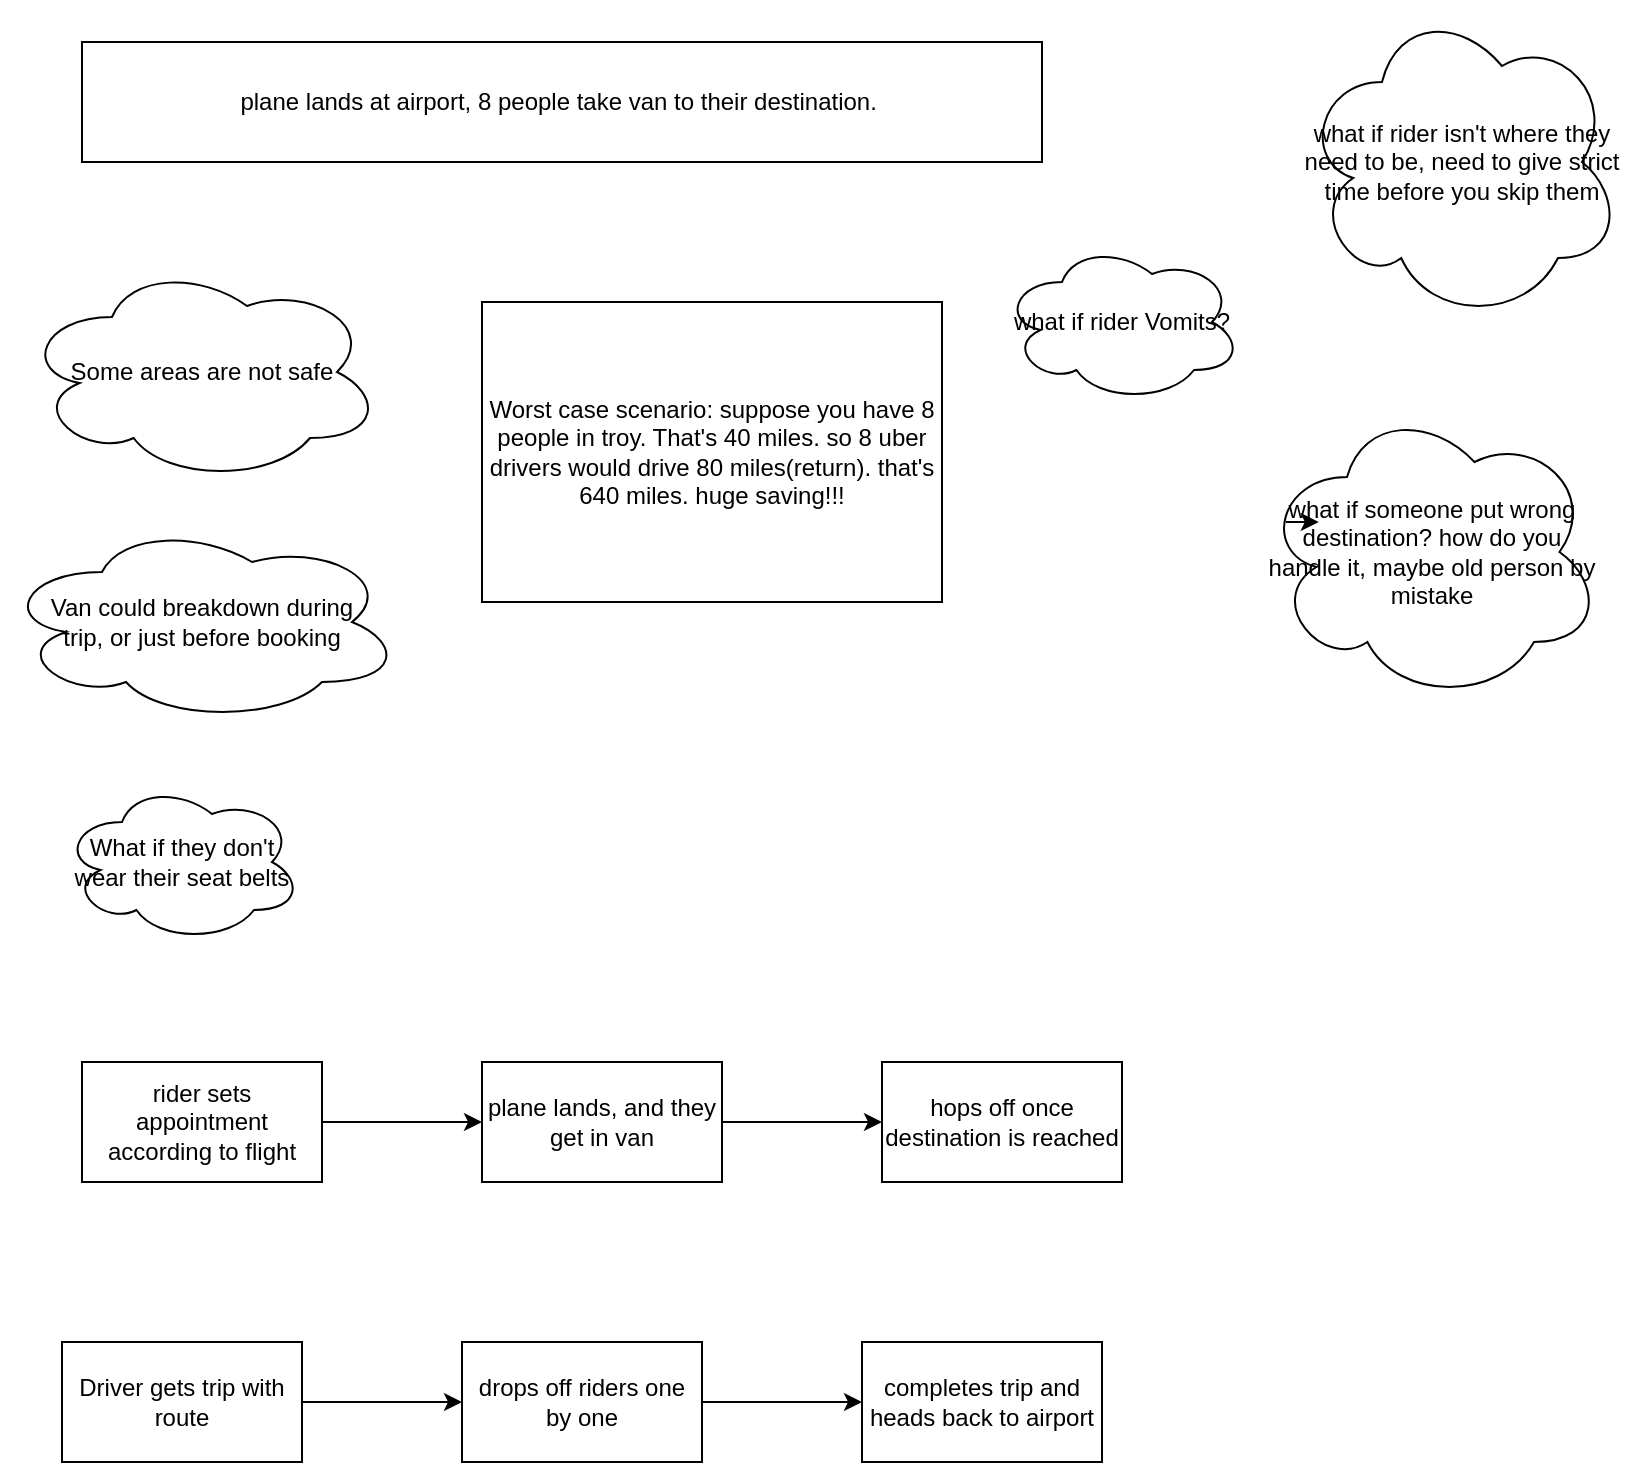
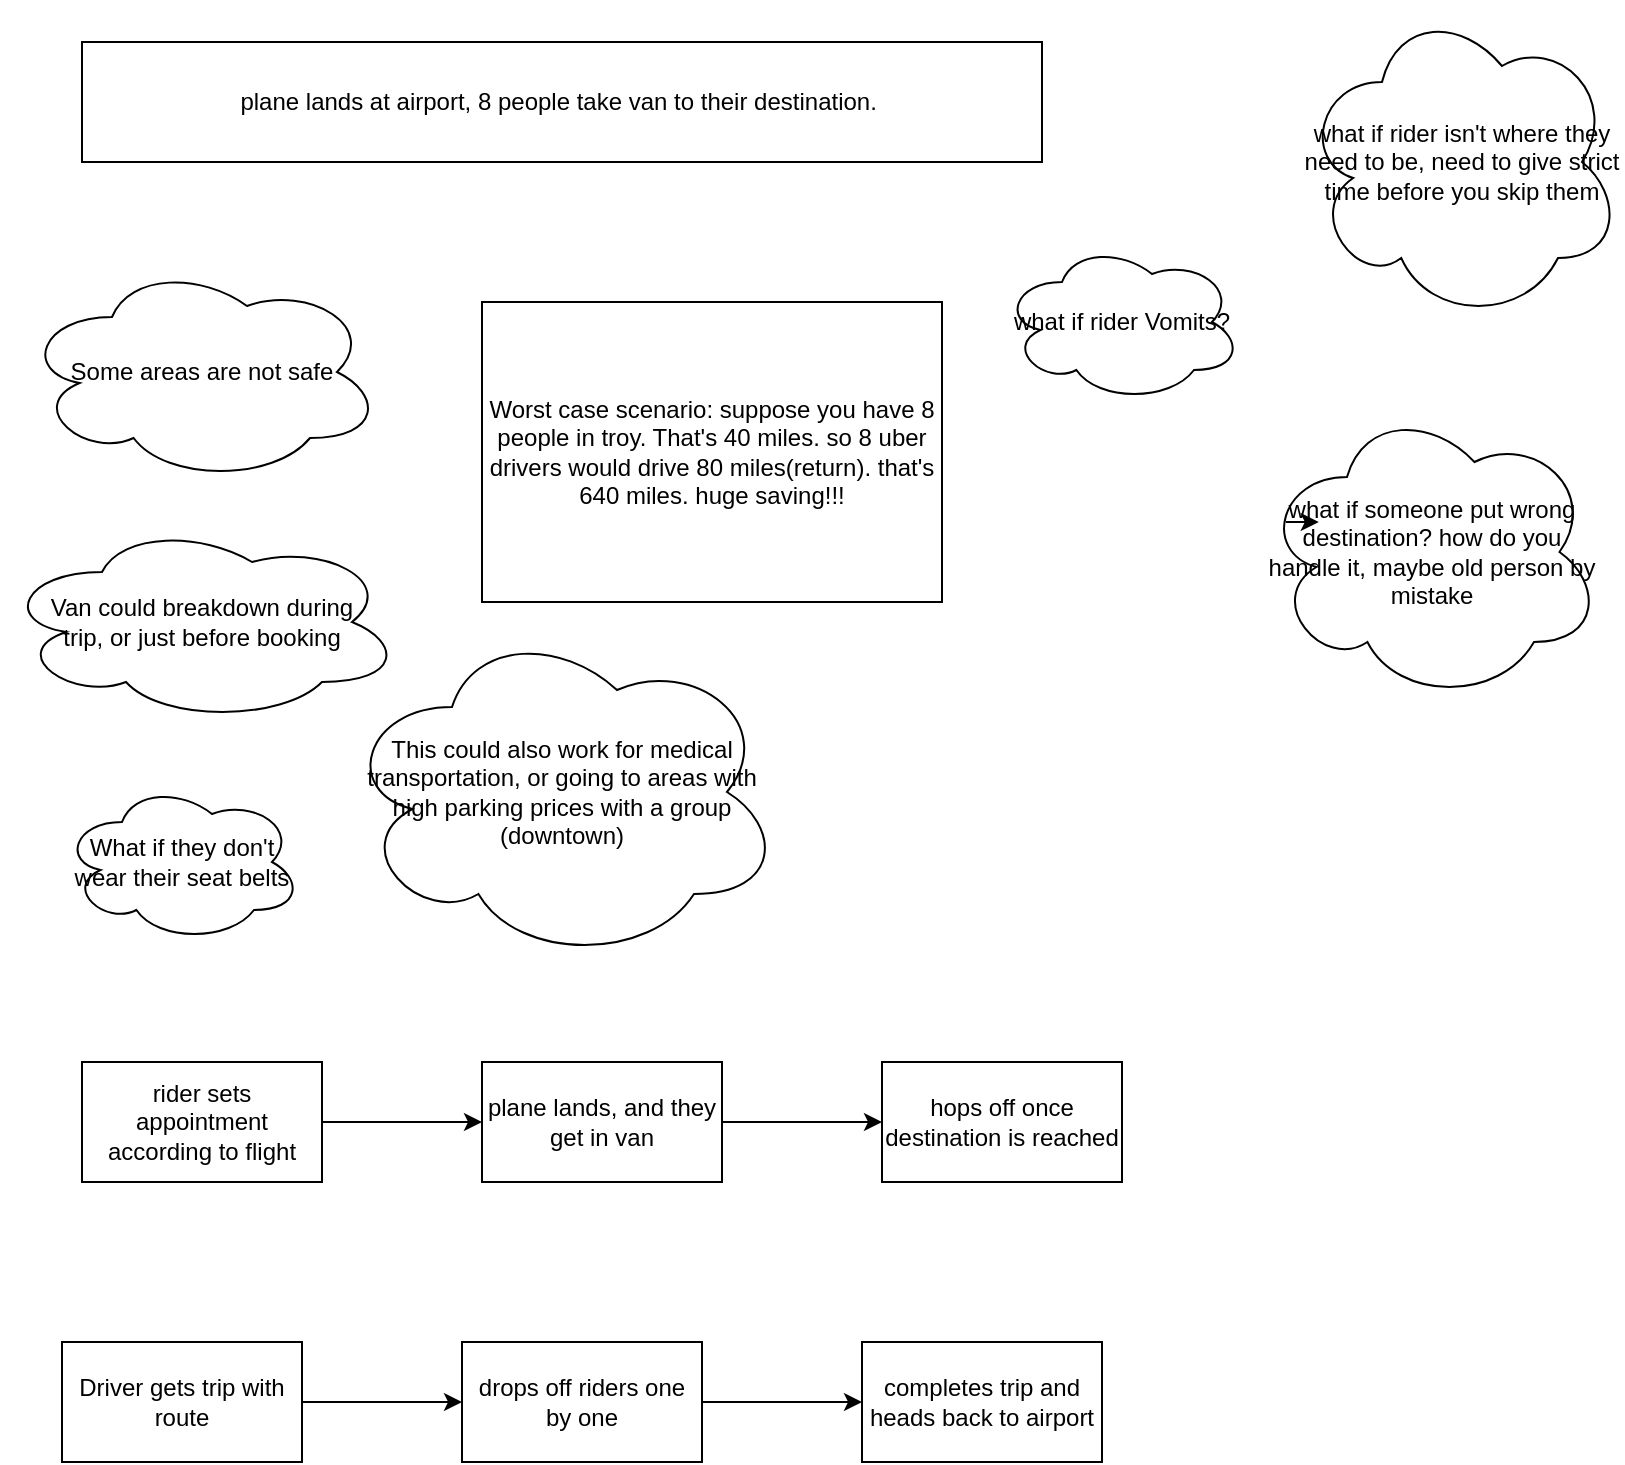
<mxfile host="app.diagrams.net">
  <diagram name="Page-1" id="dwn49BAO_7Qt1j4vyHa_">
    <mxGraphModel dx="1022" dy="660" grid="1" gridSize="10" guides="1" tooltips="1" connect="1" arrows="1" fold="1" page="1" pageScale="1" pageWidth="850" pageHeight="1100" math="0" shadow="0">
      <root>
        <mxCell id="0" />
        <mxCell id="1" parent="0" />
        <mxCell id="ZXmLye4WYz5JW6THN3N--2" parent="1" style="rounded=0;whiteSpace=wrap;html=1;" value="plane lands at airport, 8 people take van to their destination.&amp;nbsp;" vertex="1">
          <mxGeometry height="60" width="480" x="60" y="60" as="geometry" />
        </mxCell>
        <mxCell id="ZXmLye4WYz5JW6THN3N--3" parent="1" style="ellipse;shape=cloud;whiteSpace=wrap;html=1;" value="Some areas are not safe" vertex="1">
          <mxGeometry height="110" width="180" x="30" y="170" as="geometry" />
        </mxCell>
        <mxCell id="ZXmLye4WYz5JW6THN3N--5" parent="1" style="rounded=0;whiteSpace=wrap;html=1;" value="&lt;div&gt;Worst case scenario: suppose you have 8 people in troy. That&#39;s 40 miles. so 8 uber drivers would drive 80 miles(return). that&#39;s 640 miles. huge saving!!!&lt;/div&gt;" vertex="1">
          <mxGeometry height="150" width="230" x="260" y="190" as="geometry" />
        </mxCell>
        <mxCell id="3V9UZf0SNv3yNVWR_qLZ-3" parent="1" style="ellipse;shape=cloud;whiteSpace=wrap;html=1;" value="Van could breakdown during&lt;br&gt;trip, or just before booking" vertex="1">
          <mxGeometry height="100" width="200" x="20" y="300" as="geometry" />
        </mxCell>
        <mxCell id="3V9UZf0SNv3yNVWR_qLZ-4" parent="1" style="ellipse;shape=cloud;whiteSpace=wrap;html=1;" value="&lt;div&gt;what if rider Vomits?&lt;/div&gt;" vertex="1">
          <mxGeometry height="80" width="120" x="520" y="160" as="geometry" />
        </mxCell>
        <mxCell id="3V9UZf0SNv3yNVWR_qLZ-5" parent="1" style="ellipse;shape=cloud;whiteSpace=wrap;html=1;" value="&lt;div&gt;what if rider isn&#39;t where they need to be, need to give strict time before you skip them&lt;/div&gt;" vertex="1">
          <mxGeometry height="160" width="160" x="670" y="40" as="geometry" />
        </mxCell>
        <mxCell id="3V9UZf0SNv3yNVWR_qLZ-6" parent="1" style="ellipse;shape=cloud;whiteSpace=wrap;html=1;" value="&lt;div&gt;what if someone put wrong destination? how do you handle it, maybe old person by mistake&lt;/div&gt;" vertex="1">
          <mxGeometry height="150" width="170" x="650" y="240" as="geometry" />
        </mxCell>
        <mxCell id="3V9UZf0SNv3yNVWR_qLZ-7" edge="1" parent="1" source="3V9UZf0SNv3yNVWR_qLZ-6" style="edgeStyle=orthogonalEdgeStyle;rounded=0;orthogonalLoop=1;jettySize=auto;html=1;exitX=0.07;exitY=0.4;exitDx=0;exitDy=0;exitPerimeter=0;entryX=0.167;entryY=0.4;entryDx=0;entryDy=0;entryPerimeter=0;" target="3V9UZf0SNv3yNVWR_qLZ-6">
          <mxGeometry relative="1" as="geometry" />
        </mxCell>
        <mxCell id="3V9UZf0SNv3yNVWR_qLZ-8" parent="1" style="ellipse;shape=cloud;whiteSpace=wrap;html=1;" value="&lt;div&gt;What if they don&#39;t wear their seat belts&lt;/div&gt;" vertex="1">
          <mxGeometry height="80" width="120" x="50" y="430" as="geometry" />
        </mxCell>
        <mxCell id="fz-o9FOIOGUbKM3HRnTC-3" edge="1" parent="1" source="fz-o9FOIOGUbKM3HRnTC-1" style="edgeStyle=orthogonalEdgeStyle;rounded=0;orthogonalLoop=1;jettySize=auto;html=1;" target="fz-o9FOIOGUbKM3HRnTC-2" value="">
          <mxGeometry relative="1" as="geometry" />
        </mxCell>
        <mxCell id="fz-o9FOIOGUbKM3HRnTC-1" parent="1" style="rounded=0;whiteSpace=wrap;html=1;" value="rider sets appointment according to flight" vertex="1">
          <mxGeometry height="60" width="120" x="60" y="570" as="geometry" />
        </mxCell>
        <mxCell id="fz-o9FOIOGUbKM3HRnTC-5" edge="1" parent="1" source="fz-o9FOIOGUbKM3HRnTC-2" style="edgeStyle=orthogonalEdgeStyle;rounded=0;orthogonalLoop=1;jettySize=auto;html=1;" target="fz-o9FOIOGUbKM3HRnTC-4" value="">
          <mxGeometry relative="1" as="geometry" />
        </mxCell>
        <mxCell id="fz-o9FOIOGUbKM3HRnTC-2" parent="1" style="whiteSpace=wrap;html=1;rounded=0;" value="plane lands, and they get in van" vertex="1">
          <mxGeometry height="60" width="120" x="260" y="570" as="geometry" />
        </mxCell>
        <mxCell id="fz-o9FOIOGUbKM3HRnTC-4" parent="1" style="whiteSpace=wrap;html=1;rounded=0;" value="hops off once destination is reached" vertex="1">
          <mxGeometry height="60" width="120" x="460" y="570" as="geometry" />
        </mxCell>
        <mxCell id="fz-o9FOIOGUbKM3HRnTC-8" edge="1" parent="1" source="fz-o9FOIOGUbKM3HRnTC-6" style="edgeStyle=orthogonalEdgeStyle;rounded=0;orthogonalLoop=1;jettySize=auto;html=1;" target="fz-o9FOIOGUbKM3HRnTC-7" value="">
          <mxGeometry relative="1" as="geometry" />
        </mxCell>
        <mxCell id="fz-o9FOIOGUbKM3HRnTC-6" parent="1" style="rounded=0;whiteSpace=wrap;html=1;" value="Driver gets trip with route" vertex="1">
          <mxGeometry height="60" width="120" x="50" y="710" as="geometry" />
        </mxCell>
        <mxCell id="fz-o9FOIOGUbKM3HRnTC-10" edge="1" parent="1" source="fz-o9FOIOGUbKM3HRnTC-7" style="edgeStyle=orthogonalEdgeStyle;rounded=0;orthogonalLoop=1;jettySize=auto;html=1;" target="fz-o9FOIOGUbKM3HRnTC-9" value="">
          <mxGeometry relative="1" as="geometry" />
        </mxCell>
        <mxCell id="fz-o9FOIOGUbKM3HRnTC-7" parent="1" style="whiteSpace=wrap;html=1;rounded=0;" value="drops off riders one by one" vertex="1">
          <mxGeometry height="60" width="120" x="250" y="710" as="geometry" />
        </mxCell>
        <mxCell id="fz-o9FOIOGUbKM3HRnTC-9" parent="1" style="whiteSpace=wrap;html=1;rounded=0;" value="completes trip and heads back to airport" vertex="1">
          <mxGeometry height="60" width="120" x="450" y="710" as="geometry" />
        </mxCell>
+         <mxCell id="fz-o9FOIOGUbKM3HRnTC-11" parent="1" style="ellipse;shape=cloud;whiteSpace=wrap;html=1;" value="This could also work for medical transportation, or going to areas with high parking prices with a group (downtown)" vertex="1">
+           <mxGeometry height="170" width="220" x="190" y="350" as="geometry" />
+         </mxCell>
      </root>
    </mxGraphModel>
  </diagram>
</mxfile>
